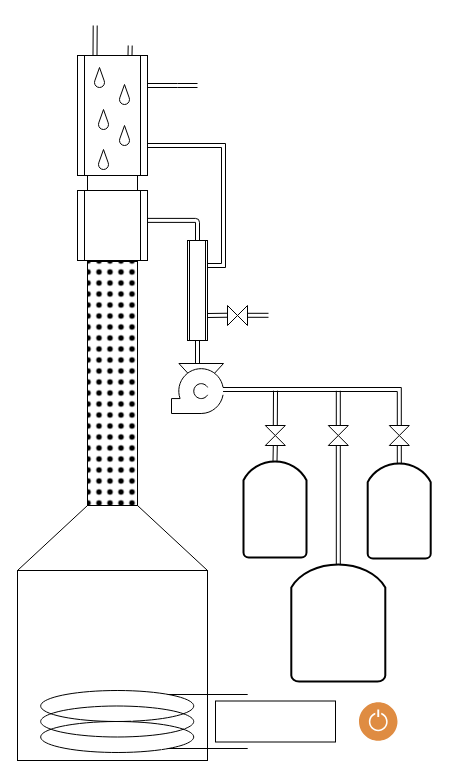
This is data/schemes/Диаграмма без названия.drawio from grifmax/Smart-Column-S3, a draw.io file, before an edit. Source tidied: cells renumbered, new cells numbered last; positions are measured from the earlier drawing's top-left corner, leaving out a move shared by most shapes. Both pictures are drawn from the tidied source at 100%, with x=0, y=0 at pixel (17, 25).
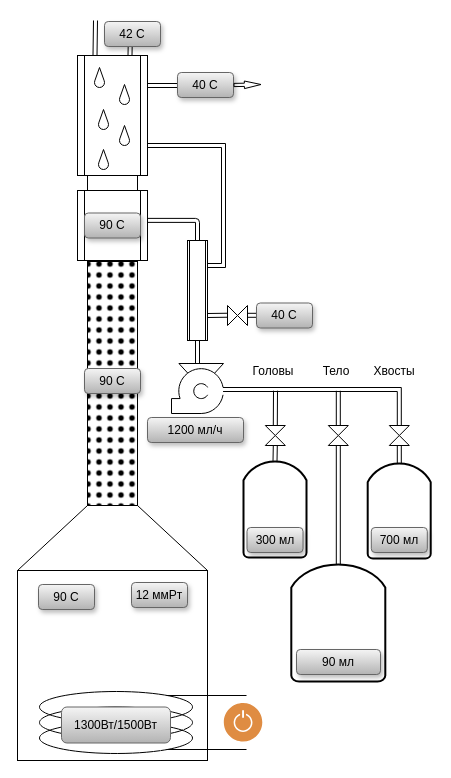
The same diagram, later.

Unchanged cells that the change refers to:
```xml
<mxCell id="10" style="shape=process;whiteSpace=wrap;html=1;backgroundOutline=1;" parent="1" vertex="1">
  <mxGeometry x="60" y="30" width="70" height="120" as="geometry" />
</mxCell>
```

The edit, as a diff of the source:
```diff
@@
     <mxCell id="9" style="edgeStyle=none;shape=link;rounded=0;jettySize=auto;html=1;exitX=0.25;exitY=0;exitDx=0;exitDy=0;" parent="1" edge="1" source="10">
       <mxGeometry relative="1" as="geometry">
-        <mxPoint x="77.7" as="targetPoint" />
+        <mxPoint x="78" y="-5" as="targetPoint" />
       </mxGeometry>
     </mxCell>
@@
-    <mxCell id="15" style="endArrow=none;html=1;rounded=1;exitX=1;exitY=0.25;exitDx=0;exitDy=0;shape=link;strokeWidth=1;curved=0;" parent="1" edge="1" source="10">
+    <mxCell id="15" style="endArrow=none;html=1;rounded=1;exitX=1;exitY=0.25;exitDx=0;exitDy=0;shape=link;strokeWidth=1;curved=0;" parent="1" edge="1" source="10" target="50">
       <mxGeometry relative="1" as="geometry">
-        <mxPoint x="180" y="60" as="targetPoint" />
         <Array as="points">
           <mxPoint x="160" y="60" />
         </Array>
       </mxGeometry>
     </mxCell>
@@
-    <mxCell id="19" style="group;fillColor=none;strokeColor=none;" parent="1" vertex="1">
-      <mxGeometry x="23.2" y="665" width="294.8" height="62" as="geometry" />
+    <mxCell id="19" style="group;fillColor=none;strokeColor=none;shadow=1;" parent="1" vertex="1">
+      <mxGeometry x="22" y="666" width="294.8" height="62" as="geometry" />
     </mxCell>
@@
-    <mxCell id="25" style="rounded=0;whiteSpace=wrap;html=1;" parent="19" vertex="1">
-      <mxGeometry x="174.8" y="10.5" width="120" height="41" as="geometry" />
-    </mxCell>
+    <mxCell id="44" value="1300Вт/1500Вт" style="rounded=1;whiteSpace=wrap;html=1;fillColor=#f5f5f5;strokeColor=#666666;gradientColor=#b3b3b3;" parent="19" vertex="1">
+      <mxGeometry x="22" y="15.5" width="109" height="36" as="geometry" />
+    </mxCell>
+    <mxCell id="43" style="sketch=0;shadow=0;dashed=0;html=1;strokeColor=none;fillColor=#DF8C42;labelPosition=center;verticalLabelPosition=bottom;verticalAlign=top;align=center;shape=mxgraph.veeam2.turn_on_off;" parent="19" vertex="1">
+      <mxGeometry x="182.8" y="10" width="41.5" height="41.5" as="geometry" />
+    </mxCell>
@@
-    <mxCell id="43" style="sketch=0;shadow=0;dashed=0;html=1;strokeColor=none;fillColor=#DF8C42;labelPosition=center;verticalLabelPosition=bottom;verticalAlign=top;align=center;shape=mxgraph.veeam2.turn_on_off;" parent="1" vertex="1">
-      <mxGeometry x="340" y="675.2" width="41.5" height="41.5" as="geometry" />
-    </mxCell>
+    <mxCell id="45" value="90 C" style="rounded=1;whiteSpace=wrap;html=1;fillColor=#f5f5f5;strokeColor=#666666;shadow=1;gradientColor=#b3b3b3;" parent="1" vertex="1">
+      <mxGeometry x="21" y="559" width="56" height="25" as="geometry" />
+    </mxCell>
+    <mxCell id="46" value="12 ммРт" style="rounded=1;whiteSpace=wrap;html=1;fillColor=#f5f5f5;strokeColor=#666666;shadow=1;gradientColor=#b3b3b3;" parent="1" vertex="1">
+      <mxGeometry x="114" y="557" width="56" height="25" as="geometry" />
+    </mxCell>
+    <mxCell id="47" value="90 C" style="rounded=1;whiteSpace=wrap;html=1;fillColor=#f5f5f5;strokeColor=#666666;shadow=1;gradientColor=#b3b3b3;" parent="1" vertex="1">
+      <mxGeometry x="67" y="343" width="56" height="25" as="geometry" />
+    </mxCell>
+    <mxCell id="48" value="90 C" style="rounded=1;whiteSpace=wrap;html=1;fillColor=#f5f5f5;strokeColor=#666666;shadow=1;gradientColor=#b3b3b3;" parent="1" vertex="1">
+      <mxGeometry x="67" y="187.5" width="56" height="25" as="geometry" />
+    </mxCell>
+    <mxCell id="49" value="42 C" style="rounded=1;whiteSpace=wrap;html=1;fillColor=#f5f5f5;strokeColor=#666666;shadow=1;gradientColor=#b3b3b3;" parent="1" vertex="1">
+      <mxGeometry x="87" y="-4" width="56" height="25" as="geometry" />
+    </mxCell>
+    <mxCell id="50" value="40 C" style="rounded=1;whiteSpace=wrap;html=1;fillColor=#f5f5f5;strokeColor=#666666;shadow=1;gradientColor=#b3b3b3;" parent="1" vertex="1">
+      <mxGeometry x="160" y="47" width="56" height="25" as="geometry" />
+    </mxCell>
+    <mxCell id="51" value="40 C" style="rounded=1;whiteSpace=wrap;html=1;fillColor=#f5f5f5;strokeColor=#666666;shadow=1;gradientColor=#b3b3b3;" parent="1" vertex="1">
+      <mxGeometry x="239" y="277.5" width="56" height="25" as="geometry" />
+    </mxCell>
+    <mxCell id="52" value="1200 мл/ч" style="rounded=1;whiteSpace=wrap;html=1;fillColor=#f5f5f5;strokeColor=#666666;shadow=1;gradientColor=#b3b3b3;" parent="1" vertex="1">
+      <mxGeometry x="130" y="392" width="96" height="25" as="geometry" />
+    </mxCell>
+    <mxCell id="53" value="Головы" style="text;html=1;whiteSpace=wrap;strokeColor=none;fillColor=none;align=center;verticalAlign=middle;rounded=0;" parent="1" vertex="1">
+      <mxGeometry x="226" y="331" width="60" height="30" as="geometry" />
+    </mxCell>
+    <mxCell id="54" value="Тело" style="text;html=1;whiteSpace=wrap;strokeColor=none;fillColor=none;align=center;verticalAlign=middle;rounded=0;" parent="1" vertex="1">
+      <mxGeometry x="289" y="331" width="60" height="30" as="geometry" />
+    </mxCell>
+    <mxCell id="55" value="Хвосты" style="text;html=1;whiteSpace=wrap;strokeColor=none;fillColor=none;align=center;verticalAlign=middle;rounded=0;" parent="1" vertex="1">
+      <mxGeometry x="347" y="331" width="60" height="30" as="geometry" />
+    </mxCell>
+    <mxCell id="56" value="300 мл" style="rounded=1;whiteSpace=wrap;html=1;fillColor=#f5f5f5;strokeColor=#666666;shadow=1;gradientColor=#b3b3b3;" parent="1" vertex="1">
+      <mxGeometry x="229.5" y="502" width="56" height="25" as="geometry" />
+    </mxCell>
+    <mxCell id="57" value="700 мл" style="rounded=1;whiteSpace=wrap;html=1;fillColor=#f5f5f5;strokeColor=#666666;shadow=1;gradientColor=#b3b3b3;" parent="1" vertex="1">
+      <mxGeometry x="353.8" y="502" width="56" height="25" as="geometry" />
+    </mxCell>
+    <mxCell id="58" value="90 мл" style="rounded=1;whiteSpace=wrap;html=1;fillColor=#f5f5f5;strokeColor=#666666;shadow=1;gradientColor=#b3b3b3;" parent="1" vertex="1">
+      <mxGeometry x="279" y="624" width="84" height="25" as="geometry" />
+    </mxCell>
+    <mxCell id="59" style="endArrow=none;html=1;rounded=1;shape=flexArrow;strokeWidth=1;curved=0;startArrow=block;startWidth=3.3980710794028273;startSize=5.204597701149426;width=3.218390804597701;entryX=1;entryY=0.5;entryDx=0;entryDy=0;" parent="1" edge="1" target="50">
+      <mxGeometry relative="1" as="geometry">
+        <mxPoint x="244" y="59" as="sourcePoint" />
+      </mxGeometry>
+    </mxCell>
```
